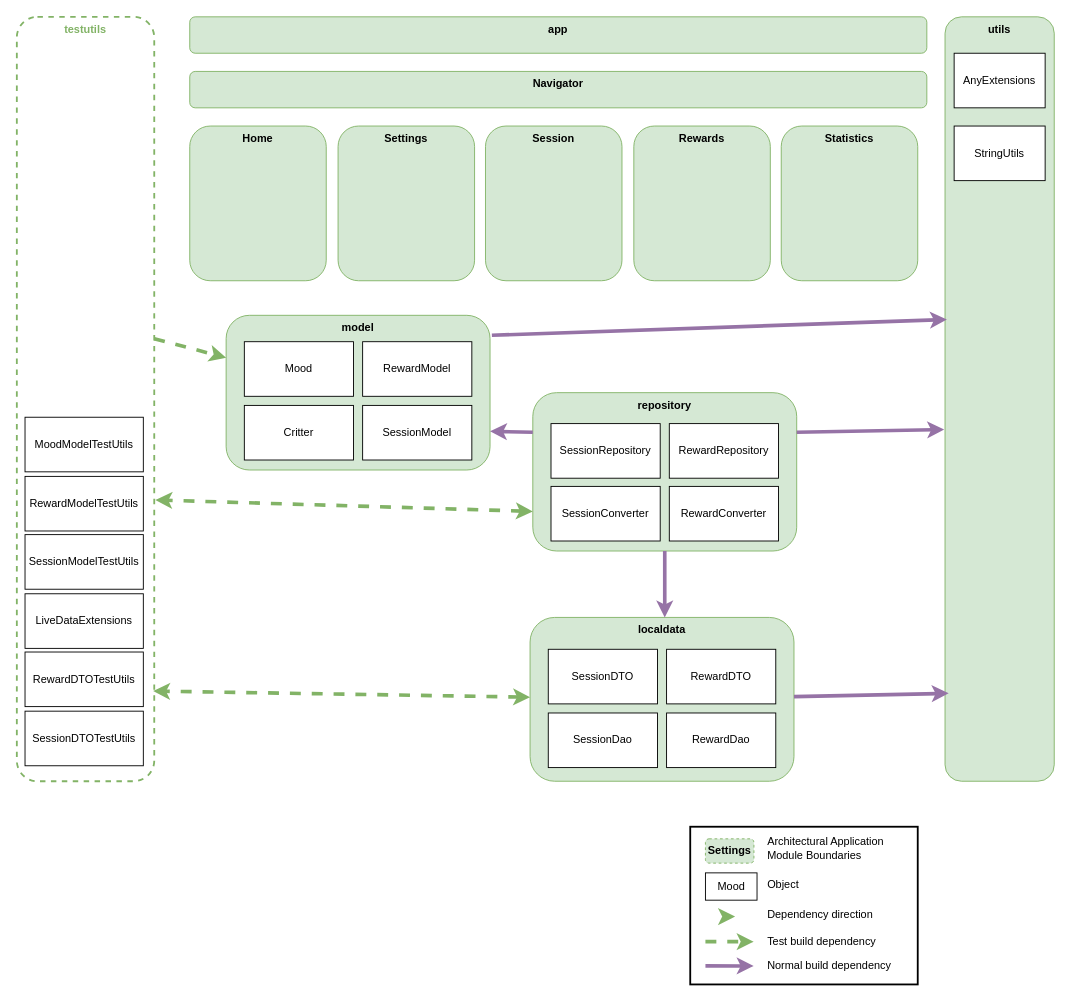
Above: documentation/everyday_archi.drawio in shining-cat/everyday_kt (draw.io), before the change. Source tidied: cells renumbered, new cells numbered last; positions are measured from the earlier drawing's top-left corner, leaving out a move shared by most shapes. Both pictures are drawn from the tidied source at 91%, with x=0, y=0 at pixel (16, 16).
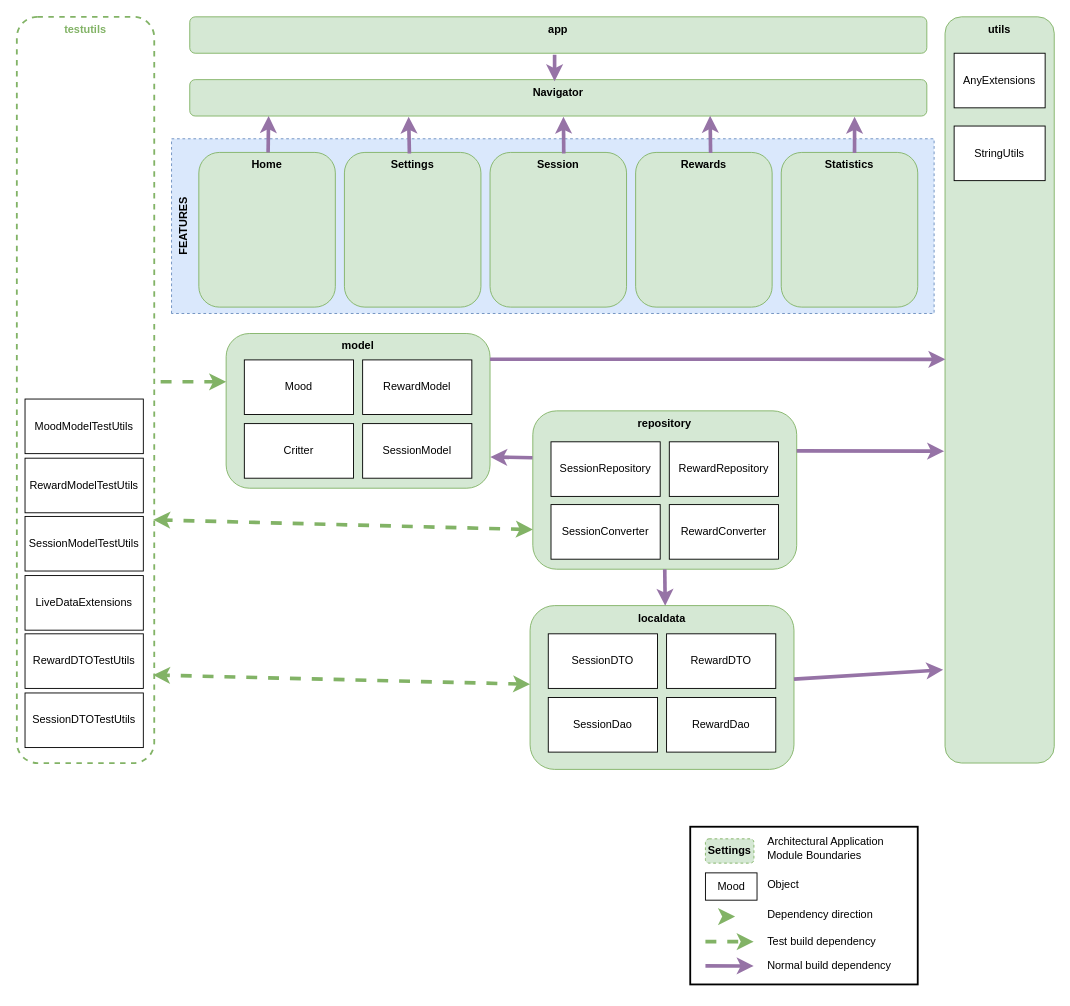
After the change.

Commit message (it also covers changes not shown here):
updated doc and started linking features modules to navigation

Unchanged cells that the change refers to:
```xml
<mxCell id="2" value="app" style="rounded=1;whiteSpace=wrap;html=1;verticalAlign=top;fontStyle=1;fillColor=#d5e8d4;strokeColor=#82b366;" parent="1" vertex="1">
  <mxGeometry x="190" width="810" height="40" as="geometry" />
</mxCell>
<mxCell id="11" style="group;" parent="1" vertex="1">
  <mxGeometry x="567" y="413" width="290" height="174" as="geometry" />
</mxCell>
<mxCell id="17" style="group;" parent="1" vertex="1">
  <mxGeometry x="564" y="660" width="290" height="180" as="geometry" />
</mxCell>
```

What changed in the source:
```diff
@@
+    <mxCell id="59" value="FEATURES" style="rounded=0;whiteSpace=wrap;html=1;dashed=1;fillColor=#dae8fc;verticalAlign=top;strokeColor=#6c8ebf;fontStyle=1;rotation=-90;" parent="1" vertex="1">
+      <mxGeometry x="493" y="-189" width="192" height="838" as="geometry" />
+    </mxCell>
@@
     <mxCell id="3" value="testutils" style="rounded=1;whiteSpace=wrap;html=1;verticalAlign=top;dashed=1;strokeColor=#82B366;fillColor=none;strokeWidth=2;fontStyle=1;fontColor=#82B366;" parent="1" vertex="1">
-      <mxGeometry width="151" height="840" as="geometry" />
+      <mxGeometry width="151" height="820" as="geometry" />
     </mxCell>
     <mxCell id="4" value="utils" style="rounded=1;whiteSpace=wrap;html=1;verticalAlign=top;fontStyle=1;fillColor=#d5e8d4;strokeColor=#82b366;" parent="1" vertex="1">
-      <mxGeometry x="1020" width="120" height="840" as="geometry" />
+      <mxGeometry x="1020" width="120" height="820" as="geometry" />
     </mxCell>
-    <mxCell id="5" style="group;" parent="1" vertex="1">
-      <mxGeometry x="230" y="328" width="290" height="170" as="geometry" />
-    </mxCell>
-    <mxCell id="6" value="model" style="rounded=1;whiteSpace=wrap;html=1;verticalAlign=top;fontStyle=1;fillColor=#d5e8d4;strokeColor=#82b366;" parent="5" vertex="1">
-      <mxGeometry width="290" height="170" as="geometry" />
-    </mxCell>
-    <mxCell id="7" value="Mood" style="rounded=0;whiteSpace=wrap;html=1;" parent="5" vertex="1">
-      <mxGeometry x="20" y="29" width="120" height="60" as="geometry" />
-    </mxCell>
-    <mxCell id="8" value="Critter" style="rounded=0;whiteSpace=wrap;html=1;" parent="5" vertex="1">
-      <mxGeometry x="20" y="99" width="120" height="60" as="geometry" />
-    </mxCell>
-    <mxCell id="9" value="SessionModel" style="rounded=0;whiteSpace=wrap;html=1;" parent="5" vertex="1">
-      <mxGeometry x="150" y="99" width="120" height="60" as="geometry" />
-    </mxCell>
-    <mxCell id="10" value="RewardModel" style="rounded=0;whiteSpace=wrap;html=1;" parent="5" vertex="1">
-      <mxGeometry x="150" y="29" width="120" height="60" as="geometry" />
-    </mxCell>
@@
     <mxCell id="12" value="repository" style="rounded=1;whiteSpace=wrap;html=1;verticalAlign=top;fontStyle=1;fillColor=#d5e8d4;strokeColor=#82b366;" parent="11" vertex="1">
-      <mxGeometry width="290" height="174" as="geometry" />
+      <mxGeometry y="20" width="290" height="174" as="geometry" />
     </mxCell>
     <mxCell id="13" value="RewardConverter" style="rounded=0;whiteSpace=wrap;html=1;" parent="11" vertex="1">
-      <mxGeometry x="150" y="103" width="120" height="60" as="geometry" />
+      <mxGeometry x="150" y="123" width="120" height="60" as="geometry" />
     </mxCell>
     <mxCell id="14" value="SessionConverter" style="rounded=0;whiteSpace=wrap;html=1;" parent="11" vertex="1">
-      <mxGeometry x="20" y="103" width="120" height="60" as="geometry" />
+      <mxGeometry x="20" y="123" width="120" height="60" as="geometry" />
     </mxCell>
     <mxCell id="15" value="SessionRepository" style="rounded=0;whiteSpace=wrap;html=1;" parent="11" vertex="1">
-      <mxGeometry x="20" y="34" width="120" height="60" as="geometry" />
+      <mxGeometry x="20" y="54" width="120" height="60" as="geometry" />
     </mxCell>
     <mxCell id="16" value="RewardRepository" style="rounded=0;whiteSpace=wrap;html=1;" parent="11" vertex="1">
-      <mxGeometry x="150" y="34" width="120" height="60" as="geometry" />
+      <mxGeometry x="150" y="54" width="120" height="60" as="geometry" />
     </mxCell>
@@
     <mxCell id="18" value="localdata" style="rounded=1;whiteSpace=wrap;html=1;verticalAlign=top;fontStyle=1;fillColor=#d5e8d4;strokeColor=#82b366;" parent="17" vertex="1">
-      <mxGeometry width="290" height="180" as="geometry" />
+      <mxGeometry y="-13" width="290" height="180" as="geometry" />
     </mxCell>
     <mxCell id="19" value="SessionDTO" style="rounded=0;whiteSpace=wrap;html=1;" parent="17" vertex="1">
-      <mxGeometry x="20" y="35" width="120" height="60" as="geometry" />
+      <mxGeometry x="20" y="18" width="120" height="60" as="geometry" />
     </mxCell>
     <mxCell id="20" value="SessionDao" style="rounded=0;whiteSpace=wrap;html=1;" parent="17" vertex="1">
-      <mxGeometry x="20" y="105" width="120" height="60" as="geometry" />
+      <mxGeometry x="20" y="88" width="120" height="60" as="geometry" />
     </mxCell>
     <mxCell id="21" value="RewardDao" style="rounded=0;whiteSpace=wrap;html=1;" parent="17" vertex="1">
-      <mxGeometry x="150" y="105" width="120" height="60" as="geometry" />
+      <mxGeometry x="150" y="88" width="120" height="60" as="geometry" />
     </mxCell>
     <mxCell id="22" value="RewardDTO" style="rounded=0;whiteSpace=wrap;html=1;" parent="17" vertex="1">
-      <mxGeometry x="150" y="35" width="120" height="60" as="geometry" />
+      <mxGeometry x="150" y="18" width="120" height="60" as="geometry" />
     </mxCell>
-    <mxCell id="23" style="endArrow=classic;html=1;entryX=1;entryY=0.75;entryDx=0;entryDy=0;exitX=0;exitY=0.25;exitDx=0;exitDy=0;fillColor=#e1d5e7;strokeColor=#9673a6;strokeWidth=4;" parent="1" edge="1" source="12" target="6">
-      <mxGeometry relative="1" as="geometry" />
-    </mxCell>
-    <mxCell id="24" style="endArrow=classic;html=1;exitX=0.5;exitY=1;exitDx=0;exitDy=0;fillColor=#e1d5e7;strokeColor=#9673a6;strokeWidth=4;" parent="1" edge="1" source="12">
-      <mxGeometry relative="1" as="geometry">
-        <mxPoint x="712" y="660" as="targetPoint" />
-      </mxGeometry>
+    <mxCell id="24" style="endArrow=classic;html=1;exitX=0.5;exitY=1;exitDx=0;exitDy=0;fillColor=#e1d5e7;strokeColor=#9673a6;strokeWidth=4;entryX=0.512;entryY=0.001;entryDx=0;entryDy=0;entryPerimeter=0;" parent="1" edge="1" source="12" target="18">
+      <mxGeometry relative="1" as="geometry" />
     </mxCell>
-    <mxCell id="25" style="endArrow=classic;html=1;entryX=0.033;entryY=0.885;entryDx=0;entryDy=0;entryPerimeter=0;fillColor=#e1d5e7;strokeColor=#9673a6;strokeWidth=4;" parent="1" edge="1" source="18" target="4">
+    <mxCell id="25" style="endArrow=classic;html=1;entryX=-0.017;entryY=0.875;entryDx=0;entryDy=0;entryPerimeter=0;fillColor=#e1d5e7;strokeColor=#9673a6;strokeWidth=4;" parent="1" edge="1" source="18" target="4">
       <mxGeometry relative="1" as="geometry" />
     </mxCell>
-    <mxCell id="26" style="endArrow=classic;html=1;exitX=1;exitY=0.25;exitDx=0;exitDy=0;fillColor=#e1d5e7;strokeColor=#9673a6;strokeWidth=4;entryX=-0.008;entryY=0.54;entryDx=0;entryDy=0;entryPerimeter=0;" parent="1" edge="1" source="12" target="4">
-      <mxGeometry relative="1" as="geometry" />
+    <mxCell id="26" style="endArrow=classic;html=1;fillColor=#e1d5e7;strokeColor=#9673a6;strokeWidth=4;entryX=-0.008;entryY=0.567;entryDx=0;entryDy=0;entryPerimeter=0;" parent="1" edge="1">
+      <mxGeometry relative="1" as="geometry">
+        <mxPoint x="857" y="477" as="sourcePoint" />
+        <mxPoint x="1019" y="477.3" as="targetPoint" />
+      </mxGeometry>
     </mxCell>
-    <mxCell id="27" style="endArrow=classic;html=1;entryX=0.017;entryY=0.396;entryDx=0;entryDy=0;fillColor=#e1d5e7;strokeColor=#9673a6;strokeWidth=4;exitX=1.007;exitY=0.129;exitDx=0;exitDy=0;exitPerimeter=0;entryPerimeter=0;" parent="1" edge="1" source="6" target="4">
-      <mxGeometry relative="1" as="geometry" />
-    </mxCell>
-    <mxCell id="28" style="endArrow=classic;html=1;entryX=1.008;entryY=0.632;entryDx=0;entryDy=0;entryPerimeter=0;exitX=0;exitY=0.75;exitDx=0;exitDy=0;startArrow=classic;startFill=1;fillColor=#d5e8d4;strokeColor=#82b366;strokeWidth=4;dashed=1;" parent="1" edge="1" source="12" target="3">
+    <mxCell id="28" style="endArrow=classic;html=1;entryX=0.993;entryY=0.674;entryDx=0;entryDy=0;entryPerimeter=0;exitX=0;exitY=0.75;exitDx=0;exitDy=0;startArrow=classic;startFill=1;fillColor=#d5e8d4;strokeColor=#82b366;strokeWidth=4;dashed=1;" parent="1" edge="1" source="12" target="3">
       <mxGeometry relative="1" as="geometry" />
     </mxCell>
@@
-    <mxCell id="30" style="endArrow=classic;html=1;exitX=1;exitY=0.421;exitDx=0;exitDy=0;exitPerimeter=0;fillColor=#d5e8d4;strokeColor=#82b366;strokeWidth=4;dashed=1;" parent="1" edge="1" source="3" target="6">
-      <mxGeometry relative="1" as="geometry" />
-    </mxCell>
     <mxCell id="31" value="Home" style="rounded=1;whiteSpace=wrap;html=1;verticalAlign=top;fontStyle=1;glass=0;flipH=1;fillColor=#d5e8d4;strokeColor=#82b366;" parent="1" vertex="1">
-      <mxGeometry x="190" y="120" width="150" height="170" as="geometry" />
+      <mxGeometry x="200" y="149" width="150" height="170" as="geometry" />
     </mxCell>
     <mxCell id="32" value="Settings" style="rounded=1;whiteSpace=wrap;html=1;verticalAlign=top;fontStyle=1;glass=0;flipH=1;fillColor=#d5e8d4;strokeColor=#82b366;" parent="1" vertex="1">
-      <mxGeometry x="353" y="120" width="150" height="170" as="geometry" />
+      <mxGeometry x="360" y="149" width="150" height="170" as="geometry" />
     </mxCell>
     <mxCell id="33" value="Rewards" style="rounded=1;whiteSpace=wrap;html=1;verticalAlign=top;fontStyle=1;glass=0;flipH=1;fillColor=#d5e8d4;strokeColor=#82b366;" parent="1" vertex="1">
-      <mxGeometry x="678" y="120" width="150" height="170" as="geometry" />
+      <mxGeometry x="680" y="149" width="150" height="170" as="geometry" />
     </mxCell>
     <mxCell id="34" value="Session" style="rounded=1;whiteSpace=wrap;html=1;verticalAlign=top;fontStyle=1;glass=0;flipH=1;fillColor=#d5e8d4;strokeColor=#82b366;" parent="1" vertex="1">
-      <mxGeometry x="515" y="120" width="150" height="170" as="geometry" />
+      <mxGeometry x="520" y="149" width="150" height="170" as="geometry" />
     </mxCell>
     <mxCell id="35" value="Statistics" style="rounded=1;whiteSpace=wrap;html=1;verticalAlign=top;fontStyle=1;glass=0;flipH=1;fillColor=#d5e8d4;strokeColor=#82b366;" parent="1" vertex="1">
-      <mxGeometry x="840" y="120" width="150" height="170" as="geometry" />
+      <mxGeometry x="840" y="149" width="150" height="170" as="geometry" />
     </mxCell>
@@
     <mxCell id="38" value="MoodModelTestUtils" style="rounded=0;whiteSpace=wrap;html=1;" parent="1" vertex="1">
-      <mxGeometry x="9" y="440" width="130" height="60" as="geometry" />
+      <mxGeometry x="9" y="420" width="130" height="60" as="geometry" />
     </mxCell>
     <mxCell id="39" value="RewardModelTestUtils" style="rounded=0;whiteSpace=wrap;html=1;" parent="1" vertex="1">
-      <mxGeometry x="9" y="505" width="130" height="60" as="geometry" />
+      <mxGeometry x="9" y="485" width="130" height="60" as="geometry" />
     </mxCell>
     <mxCell id="40" value="SessionModelTestUtils" style="rounded=0;whiteSpace=wrap;html=1;" parent="1" vertex="1">
-      <mxGeometry x="9" y="569" width="130" height="60" as="geometry" />
+      <mxGeometry x="9" y="549" width="130" height="60" as="geometry" />
     </mxCell>
     <mxCell id="41" value="LiveDataExtensions" style="rounded=0;whiteSpace=wrap;html=1;" parent="1" vertex="1">
-      <mxGeometry x="9" y="634" width="130" height="60" as="geometry" />
+      <mxGeometry x="9" y="614" width="130" height="60" as="geometry" />
     </mxCell>
     <mxCell id="42" value="RewardDTOTestUtils" style="rounded=0;whiteSpace=wrap;html=1;" parent="1" vertex="1">
-      <mxGeometry x="9" y="698" width="130" height="60" as="geometry" />
+      <mxGeometry x="9" y="678" width="130" height="60" as="geometry" />
     </mxCell>
     <mxCell id="43" value="SessionDTOTestUtils" style="rounded=0;whiteSpace=wrap;html=1;" parent="1" vertex="1">
-      <mxGeometry x="9" y="763" width="130" height="60" as="geometry" />
+      <mxGeometry x="9" y="743" width="130" height="60" as="geometry" />
     </mxCell>
@@
     <mxCell id="58" value="Navigator" style="rounded=1;whiteSpace=wrap;html=1;verticalAlign=top;fontStyle=1;fillColor=#d5e8d4;strokeColor=#82b366;" parent="1" vertex="1">
-      <mxGeometry x="190" y="60" width="810" height="40" as="geometry" />
+      <mxGeometry x="190" y="69" width="810" height="40" as="geometry" />
     </mxCell>
+    <mxCell id="60" style="endArrow=classic;html=1;entryX=0.107;entryY=1;entryDx=0;entryDy=0;entryPerimeter=0;fillColor=#e1d5e7;strokeColor=#9673a6;strokeWidth=4;" parent="1" edge="1" source="31" target="58">
+      <mxGeometry relative="1" as="geometry" />
+    </mxCell>
+    <mxCell id="61" style="endArrow=classic;html=1;entryX=0.902;entryY=1.018;entryDx=0;entryDy=0;entryPerimeter=0;fillColor=#e1d5e7;strokeColor=#9673a6;strokeWidth=4;exitX=0.463;exitY=0.004;exitDx=0;exitDy=0;exitPerimeter=0;" parent="1" edge="1" source="35" target="58">
+      <mxGeometry relative="1" as="geometry" />
+    </mxCell>
+    <mxCell id="62" style="endArrow=classic;html=1;entryX=0.706;entryY=0.994;entryDx=0;entryDy=0;entryPerimeter=0;fillColor=#e1d5e7;strokeColor=#9673a6;strokeWidth=4;exitX=0.451;exitY=0.004;exitDx=0;exitDy=0;exitPerimeter=0;" parent="1" edge="1" source="33" target="58">
+      <mxGeometry relative="1" as="geometry" />
+    </mxCell>
+    <mxCell id="63" style="endArrow=classic;html=1;entryX=0.507;entryY=1.018;entryDx=0;entryDy=0;entryPerimeter=0;fillColor=#e1d5e7;strokeColor=#9673a6;strokeWidth=4;exitX=0.46;exitY=0.007;exitDx=0;exitDy=0;exitPerimeter=0;" parent="1" edge="1" source="34" target="58">
+      <mxGeometry relative="1" as="geometry" />
+    </mxCell>
+    <mxCell id="64" style="endArrow=classic;html=1;entryX=0.297;entryY=1.018;entryDx=0;entryDy=0;entryPerimeter=0;fillColor=#e1d5e7;strokeColor=#9673a6;strokeWidth=4;exitX=0.524;exitY=0.007;exitDx=0;exitDy=0;exitPerimeter=0;" parent="1" edge="1" source="32" target="58">
+      <mxGeometry relative="1" as="geometry" />
+    </mxCell>
+    <mxCell id="65" style="endArrow=classic;html=1;fillColor=#e1d5e7;strokeColor=#9673a6;strokeWidth=4;exitX=0.495;exitY=1.042;exitDx=0;exitDy=0;exitPerimeter=0;entryX=0.495;entryY=0.042;entryDx=0;entryDy=0;entryPerimeter=0;" parent="1" edge="1" source="2" target="58">
+      <mxGeometry relative="1" as="geometry" />
+    </mxCell>
+    <mxCell id="6" value="model" style="rounded=1;whiteSpace=wrap;html=1;verticalAlign=top;fontStyle=1;fillColor=#d5e8d4;strokeColor=#82b366;" parent="1" vertex="1">
+      <mxGeometry x="230" y="348" width="290" height="170" as="geometry" />
+    </mxCell>
+    <mxCell id="7" value="Mood" style="rounded=0;whiteSpace=wrap;html=1;" parent="1" vertex="1">
+      <mxGeometry x="250" y="377" width="120" height="60" as="geometry" />
+    </mxCell>
+    <mxCell id="8" value="Critter" style="rounded=0;whiteSpace=wrap;html=1;" parent="1" vertex="1">
+      <mxGeometry x="250" y="447" width="120" height="60" as="geometry" />
+    </mxCell>
+    <mxCell id="9" value="SessionModel" style="rounded=0;whiteSpace=wrap;html=1;" parent="1" vertex="1">
+      <mxGeometry x="380" y="447" width="120" height="60" as="geometry" />
+    </mxCell>
+    <mxCell id="10" value="RewardModel" style="rounded=0;whiteSpace=wrap;html=1;" parent="1" vertex="1">
+      <mxGeometry x="380" y="377" width="120" height="60" as="geometry" />
+    </mxCell>
+    <mxCell id="66" style="endArrow=none;html=1;entryX=1.012;entryY=0.489;entryDx=0;entryDy=0;entryPerimeter=0;exitX=0;exitY=0.312;exitDx=0;exitDy=0;startArrow=classic;startFill=1;fillColor=#d5e8d4;strokeColor=#82b366;strokeWidth=4;dashed=1;exitPerimeter=0;endFill=0;" parent="1" edge="1" source="6" target="3">
+      <mxGeometry relative="1" as="geometry" />
+    </mxCell>
+    <mxCell id="27" style="endArrow=classic;html=1;fillColor=#e1d5e7;strokeColor=#9673a6;strokeWidth=4;exitX=1;exitY=0.166;exitDx=0;exitDy=0;exitPerimeter=0;entryX=0.003;entryY=0.459;entryDx=0;entryDy=0;entryPerimeter=0;" parent="1" edge="1" source="6" target="4">
+      <mxGeometry relative="1" as="geometry" />
+    </mxCell>
+    <mxCell id="23" style="endArrow=classic;html=1;fillColor=#e1d5e7;strokeColor=#9673a6;strokeWidth=4;entryX=1.001;entryY=0.798;entryDx=0;entryDy=0;entryPerimeter=0;exitX=-0.001;exitY=0.296;exitDx=0;exitDy=0;exitPerimeter=0;" parent="1" edge="1" source="12" target="6">
+      <mxGeometry relative="1" as="geometry" />
+    </mxCell>
```
